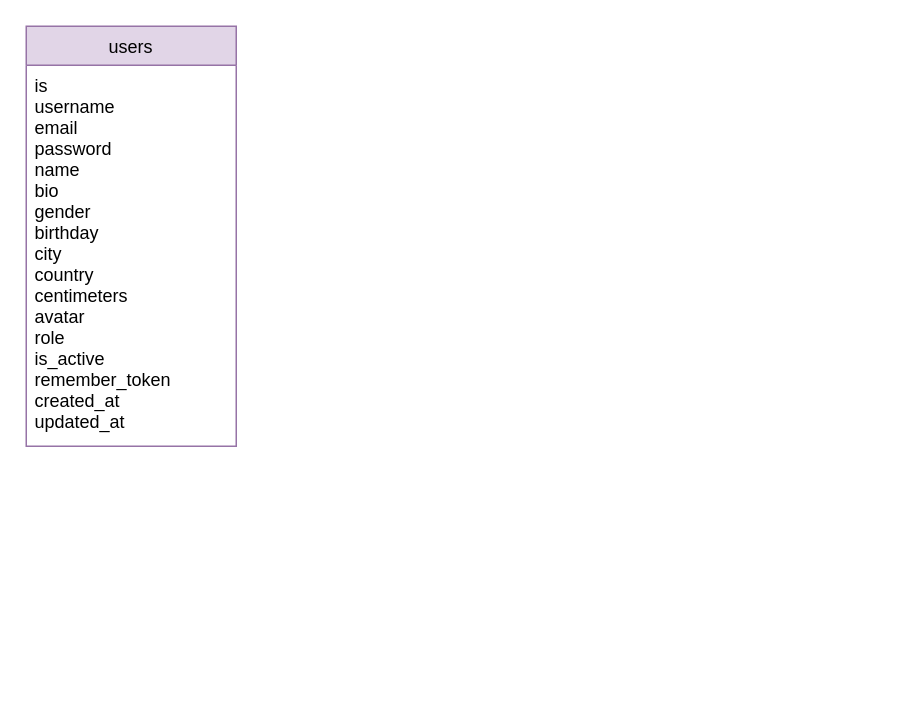
Earlier version of the draw.io diagram 9/DB/users_photos_tags.drawio (emign/diagramme). Source tidied: cells renumbered, new cells numbered last; positions are measured from the earlier drawing's top-left corner, leaving out a move shared by most shapes. Both pictures are drawn from the tidied source at 150%, with x=0, y=0 at pixel (26, 26).
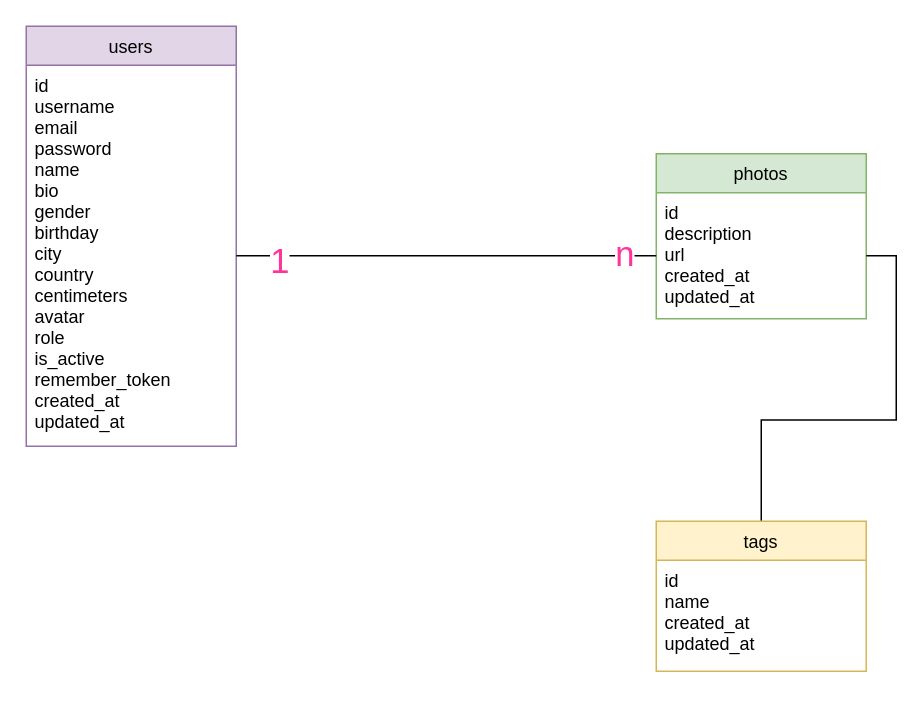
After the change.

What changed in the source:
```diff
@@
 <mxGraphModel>
   <root>
     <mxCell id="0" />
     <mxCell id="1" parent="0" />
     <mxCell id="2" value="users" style="swimlane;fontStyle=0;horizontal=1;startSize=26;fillColor=#e1d5e7;strokeColor=#9673a6;" parent="1" vertex="1">
       <mxGeometry width="140" height="280" as="geometry" />
     </mxCell>
-    <mxCell id="3" value="is&#10;username&#10;email&#10;password&#10;name&#10;bio&#10;gender&#10;birthday&#10;city&#10;country&#10;centimeters&#10;avatar&#10;role&#10;is_active&#10;remember_token&#10;created_at&#10;updated_at" style="text;strokeColor=none;fillColor=none;align=left;verticalAlign=top;spacingLeft=4;spacingRight=4;overflow=hidden;points=[[0,0.5],[1,0.5]];portConstraint=eastwest;" parent="2" vertex="1">
+    <mxCell id="3" value="id&#10;username&#10;email&#10;password&#10;name&#10;bio&#10;gender&#10;birthday&#10;city&#10;country&#10;centimeters&#10;avatar&#10;role&#10;is_active&#10;remember_token&#10;created_at&#10;updated_at" style="text;strokeColor=none;fillColor=none;align=left;verticalAlign=top;spacingLeft=4;spacingRight=4;overflow=hidden;points=[[0,0.5],[1,0.5]];portConstraint=eastwest;" parent="2" vertex="1">
       <mxGeometry y="26" width="140" height="254" as="geometry" />
     </mxCell>
+    <mxCell id="4" value="photos" style="swimlane;fontStyle=0;horizontal=1;startSize=26;fillColor=#d5e8d4;strokeColor=#82b366;" parent="1" vertex="1">
+      <mxGeometry x="420" y="85" width="140" height="110" as="geometry" />
+    </mxCell>
+    <mxCell id="5" value="id&#10;description&#10;url&#10;created_at&#10;updated_at&#10;" style="text;strokeColor=none;fillColor=none;align=left;verticalAlign=top;spacingLeft=4;spacingRight=4;overflow=hidden;points=[[0,0.5],[1,0.5]];portConstraint=eastwest;" parent="4" vertex="1">
+      <mxGeometry y="26" width="140" height="84" as="geometry" />
+    </mxCell>
+    <mxCell id="6" style="edgeStyle=orthogonalEdgeStyle;rounded=0;jettySize=auto;html=1;exitX=1;exitY=0.5;exitDx=0;exitDy=0;entryX=0;entryY=0.5;entryDx=0;entryDy=0;endArrow=none;endFill=0;" parent="1" edge="1" source="3" target="5">
+      <mxGeometry relative="1" as="geometry" />
+    </mxCell>
+    <mxCell id="7" value="1" style="edgeLabel;html=1;align=center;verticalAlign=middle;fontColor=#FF3399;fontSize=23;" parent="6" vertex="1">
+      <mxGeometry x="-0.8" y="-3" relative="1" as="geometry" />
+    </mxCell>
+    <mxCell id="8" value="n" style="edgeLabel;html=1;align=center;verticalAlign=middle;fontColor=#FF3399;fontSize=23;" parent="6" vertex="1">
+      <mxGeometry x="0.84" y="2" relative="1" as="geometry" />
+    </mxCell>
+    <mxCell id="9" style="edgeStyle=orthogonalEdgeStyle;rounded=0;jettySize=auto;html=1;exitX=0.5;exitY=0;exitDx=0;exitDy=0;endArrow=none;endFill=0;fontSize=23;fontColor=#FF3399;" parent="1" edge="1" source="10" target="5">
+      <mxGeometry relative="1" as="geometry" />
+    </mxCell>
+    <mxCell id="10" value="tags" style="swimlane;fontStyle=0;horizontal=1;startSize=26;fillColor=#fff2cc;strokeColor=#d6b656;" parent="1" vertex="1">
+      <mxGeometry x="420" y="330" width="140" height="100" as="geometry" />
+    </mxCell>
+    <mxCell id="11" value="id&#10;name&#10;created_at&#10;updated_at&#10;" style="text;strokeColor=none;fillColor=none;align=left;verticalAlign=top;spacingLeft=4;spacingRight=4;overflow=hidden;" parent="10" vertex="1">
+      <mxGeometry y="26" width="140" height="74" as="geometry" />
+    </mxCell>
   </root>
 </mxGraphModel>
```
